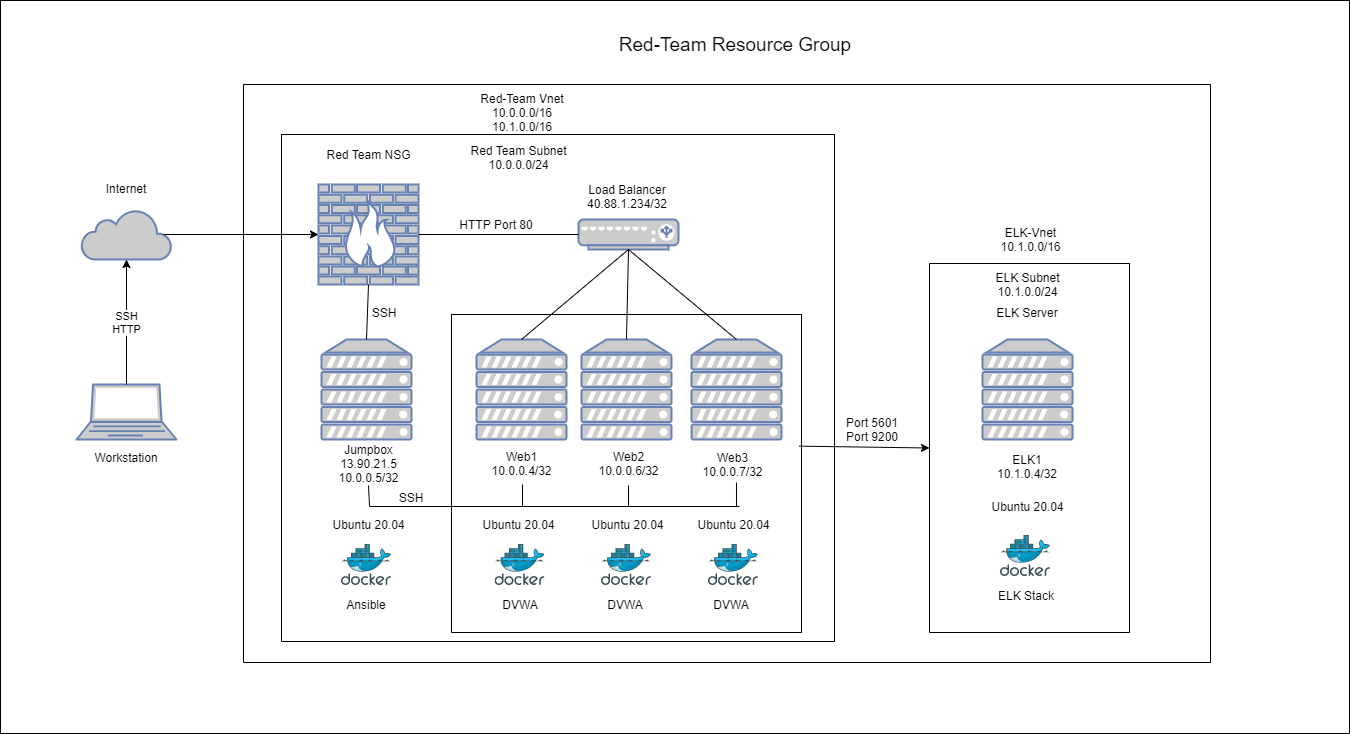
Earlier version of the draw.io export Images/Network-Drawing.png (TB-UofT/Cloud-Sec-Work). Source tidied: cells renumbered, new cells last; positions are measured from the earlier drawing's top-left corner, leaving out a move shared by most shapes.
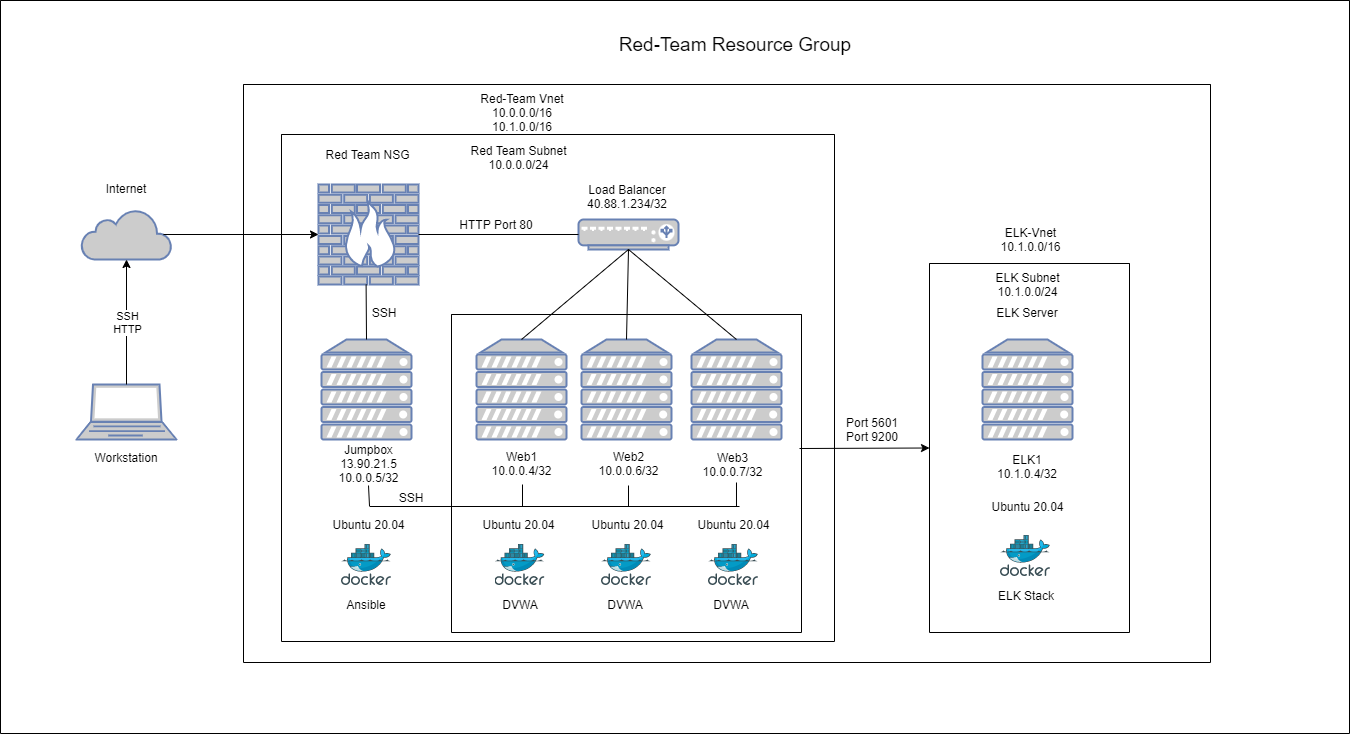
The same diagram one commit later.

Diff of the diagram source:
```diff
@@ -152,7 +152,7 @@
     <mxCell id="49" style="swimlane;startSize=0;" parent="1" vertex="1">
       <mxGeometry x="451" y="314" width="350" height="318" as="geometry" />
     </mxCell>
-    <mxCell id="50" style="endArrow=none;html=1;entryX=0.5;entryY=1;entryDx=0;entryDy=0;entryPerimeter=0;exitX=0.5;exitY=0;exitDx=0;exitDy=0;exitPerimeter=0;" parent="1" edge="1" source="43" target="5">
+    <mxCell id="50" style="endArrow=none;html=1;exitX=0.5;exitY=0;exitDx=0;exitDy=0;exitPerimeter=0;entryX=0.476;entryY=1;entryDx=0;entryDy=0;entryPerimeter=0;" parent="1" edge="1" source="43" target="5">
       <mxGeometry relative="1" as="geometry" />
     </mxCell>
     <mxCell id="51" style="endArrow=classic;html=1;entryX=0.5;entryY=1;entryDx=0;entryDy=0;entryPerimeter=0;exitX=0.5;exitY=0;exitDx=0;exitDy=0;exitPerimeter=0;" parent="1" edge="1" source="47" target="48">
@@ -195,8 +195,10 @@
     <mxCell id="62" style="swimlane;startSize=0;" parent="1" vertex="1">
       <mxGeometry x="929" y="263" width="200" height="369" as="geometry" />
     </mxCell>
-    <mxCell id="63" style="endArrow=classic;html=1;entryX=0;entryY=0.5;entryDx=0;entryDy=0;exitX=0.993;exitY=0.414;exitDx=0;exitDy=0;exitPerimeter=0;" parent="1" edge="1" source="49" target="62">
-      <mxGeometry relative="1" as="geometry" />
+    <mxCell id="63" style="endArrow=classic;html=1;entryX=0;entryY=0.5;entryDx=0;entryDy=0;" parent="1" edge="1" target="62">
+      <mxGeometry relative="1" as="geometry">
+        <mxPoint x="799" y="448" as="sourcePoint" />
+      </mxGeometry>
     </mxCell>
   </root>
 </mxGraphModel>
```
